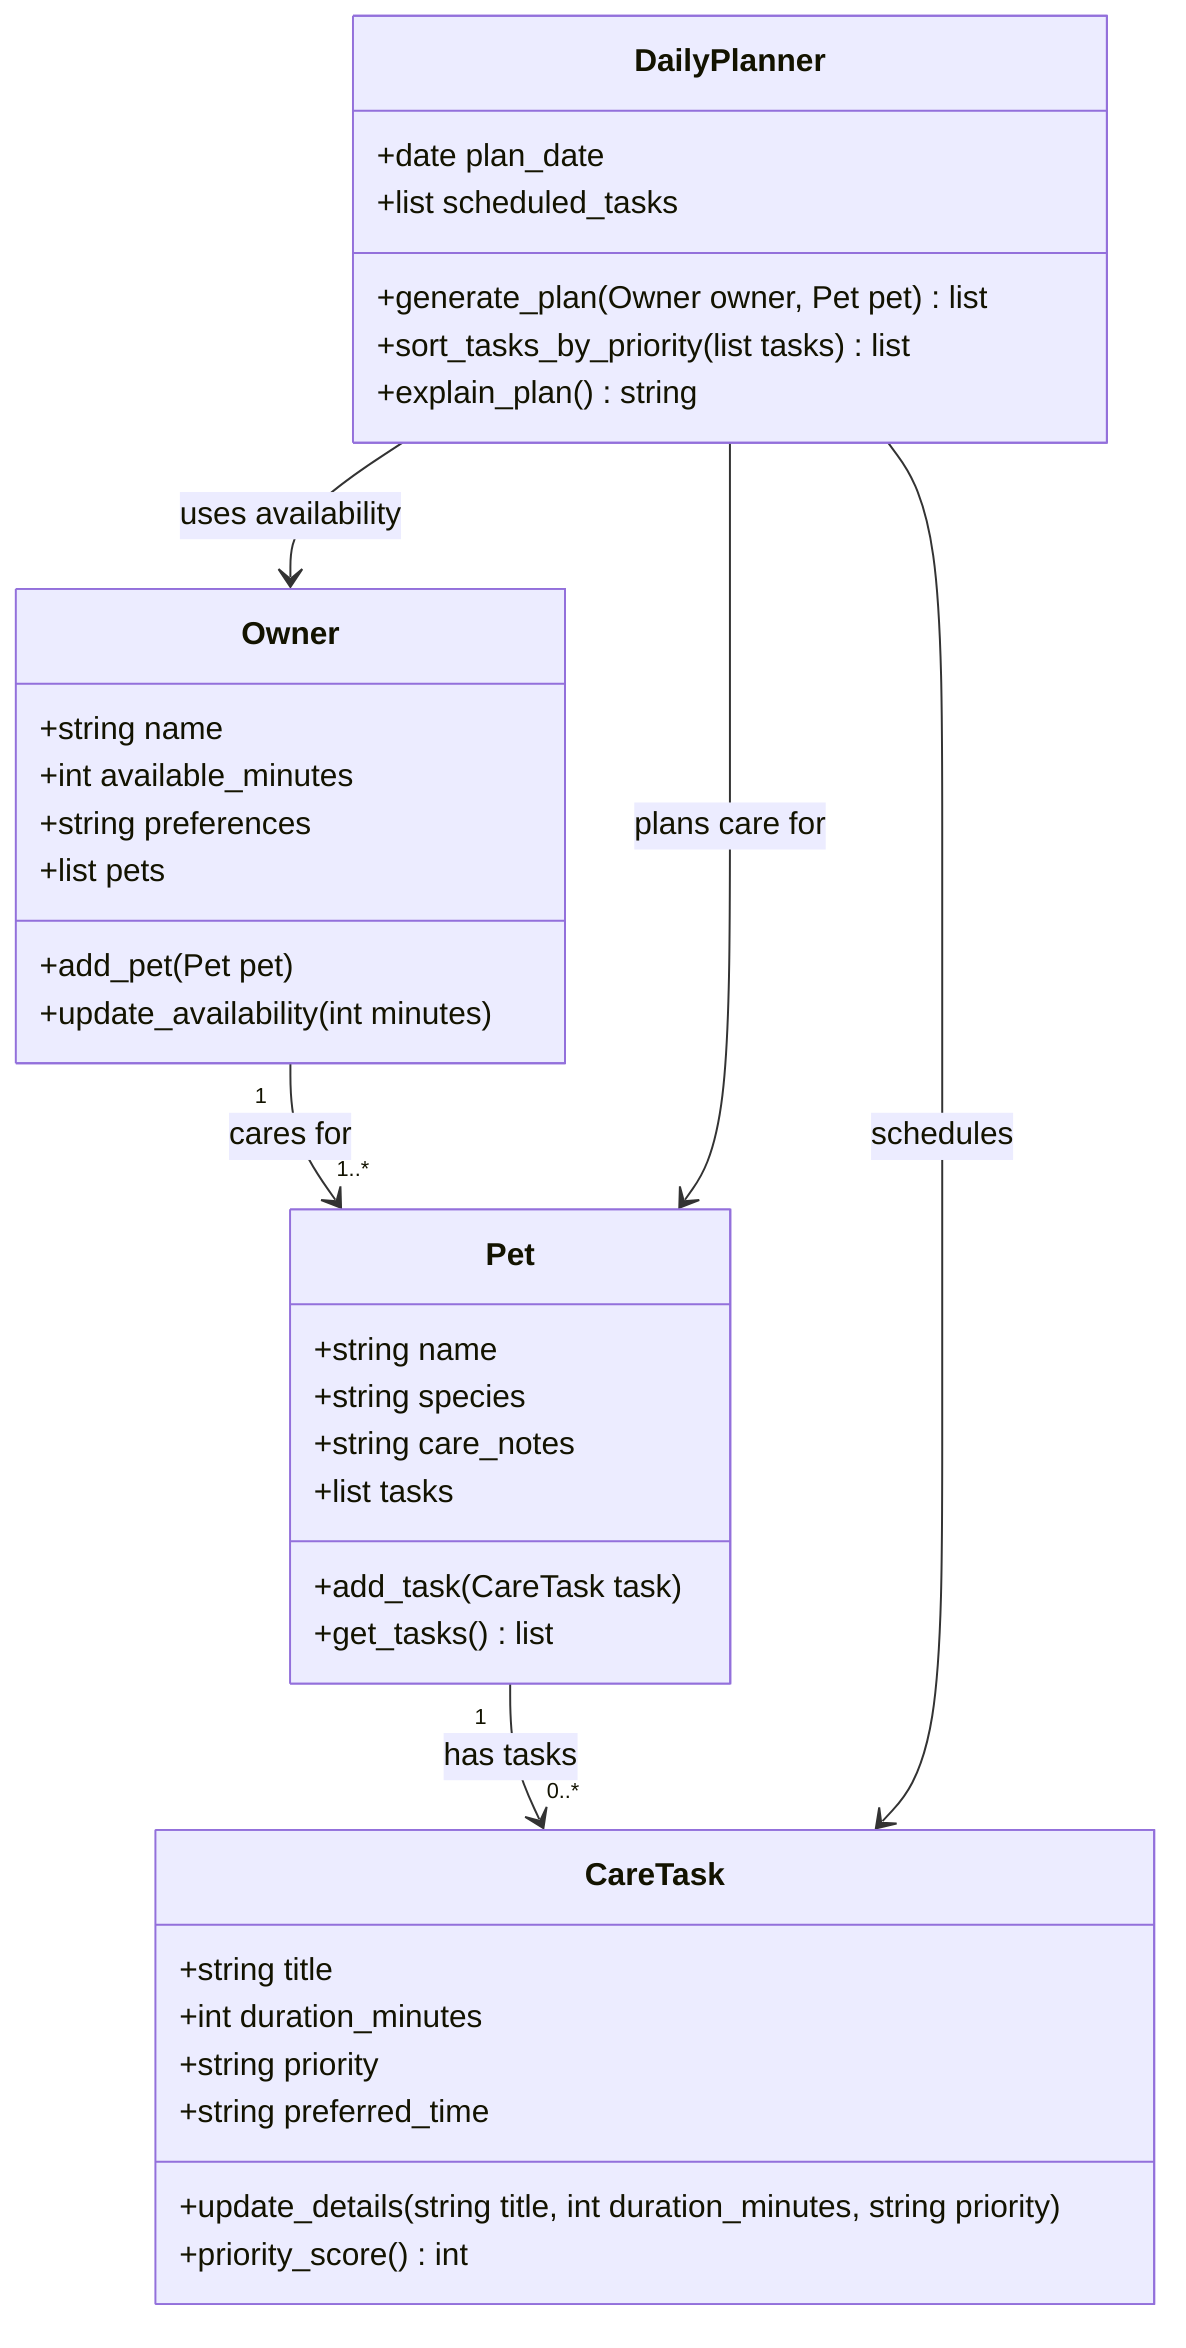
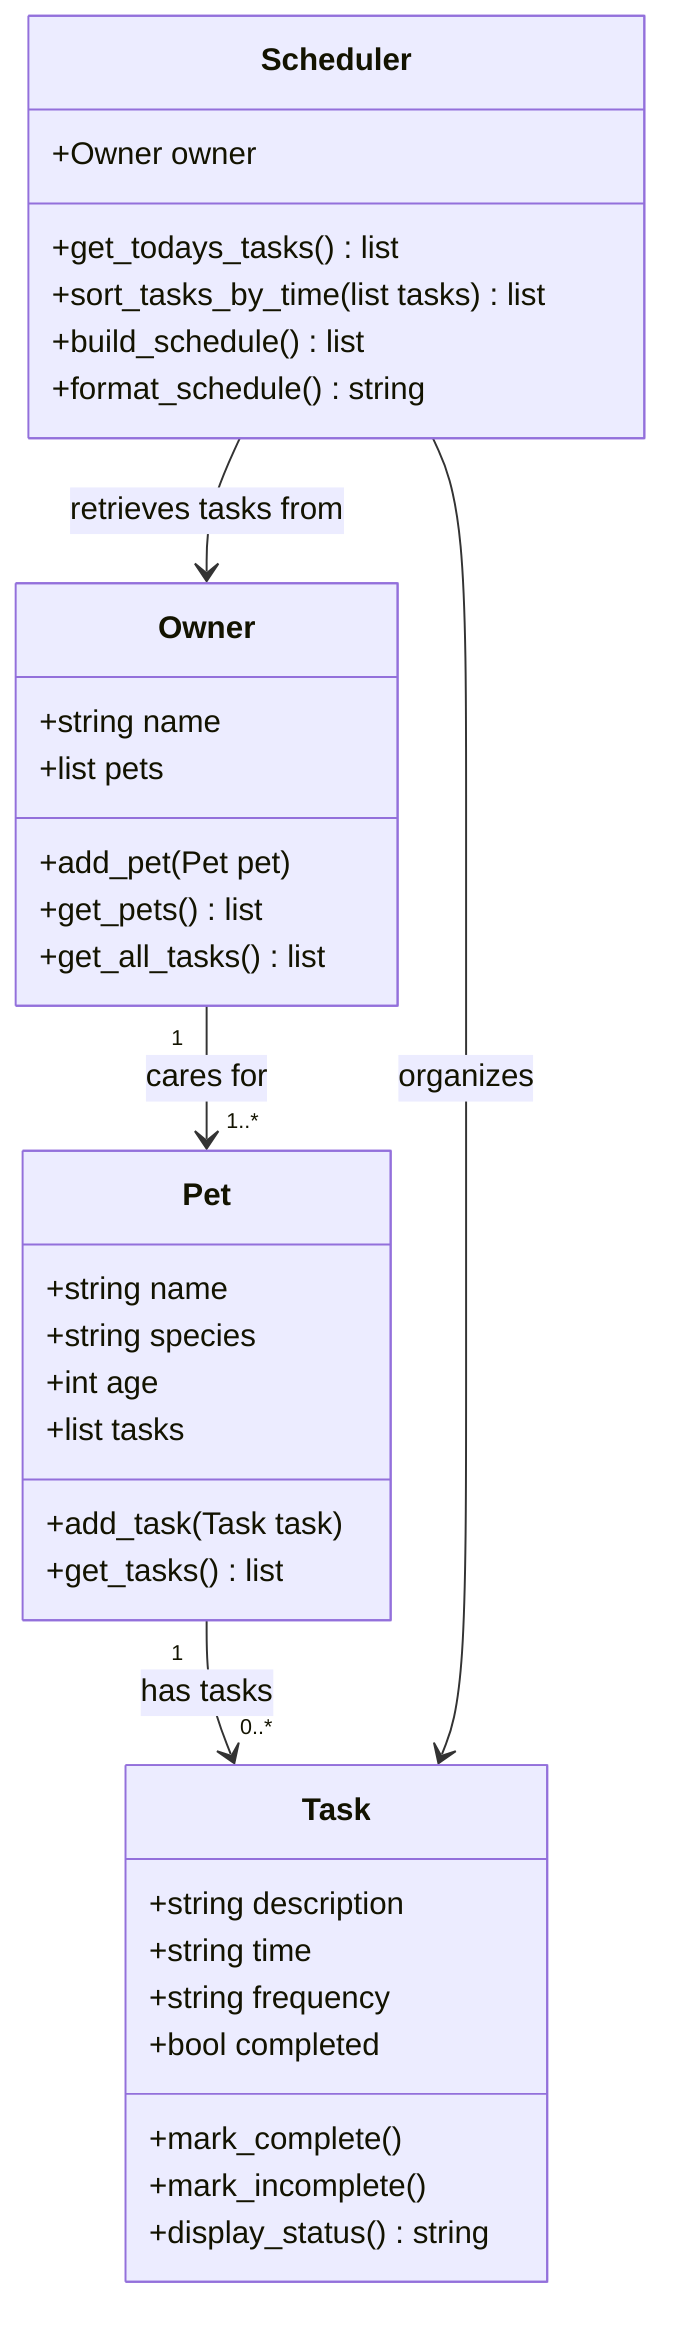
classDiagram
    class Owner {
        +string name
-         +int available_minutes
-         +string preferences
        +list pets
        +add_pet(Pet pet)
-         +update_availability(int minutes)
+         +get_pets() list
+         +get_all_tasks() list
    }

    class Pet {
        +string name
        +string species
-         +string care_notes
+         +int age
        +list tasks
-         +add_task(CareTask task)
+         +add_task(Task task)
        +get_tasks() list
    }

-     class CareTask {
-         +string title
-         +int duration_minutes
-         +string priority
-         +string preferred_time
-         +update_details(string title, int duration_minutes, string priority)
-         +priority_score() int
+     class Task {
+         +string description
+         +string time
+         +string frequency
+         +bool completed
+         +mark_complete()
+         +mark_incomplete()
+         +display_status() string
    }

-     class DailyPlanner {
-         +date plan_date
-         +list scheduled_tasks
-         +generate_plan(Owner owner, Pet pet) list
-         +sort_tasks_by_priority(list tasks) list
-         +explain_plan() string
+     class Scheduler {
+         +Owner owner
+         +get_todays_tasks() list
+         +sort_tasks_by_time(list tasks) list
+         +build_schedule() list
+         +format_schedule() string
    }

    Owner "1" --> "1..*" Pet : cares for
-     Pet "1" --> "0..*" CareTask : has tasks
-     DailyPlanner --> Owner : uses availability
-     DailyPlanner --> Pet : plans care for
-     DailyPlanner --> CareTask : schedules
+     Pet "1" --> "0..*" Task : has tasks
+     Scheduler --> Owner : retrieves tasks from
+     Scheduler --> Task : organizes
